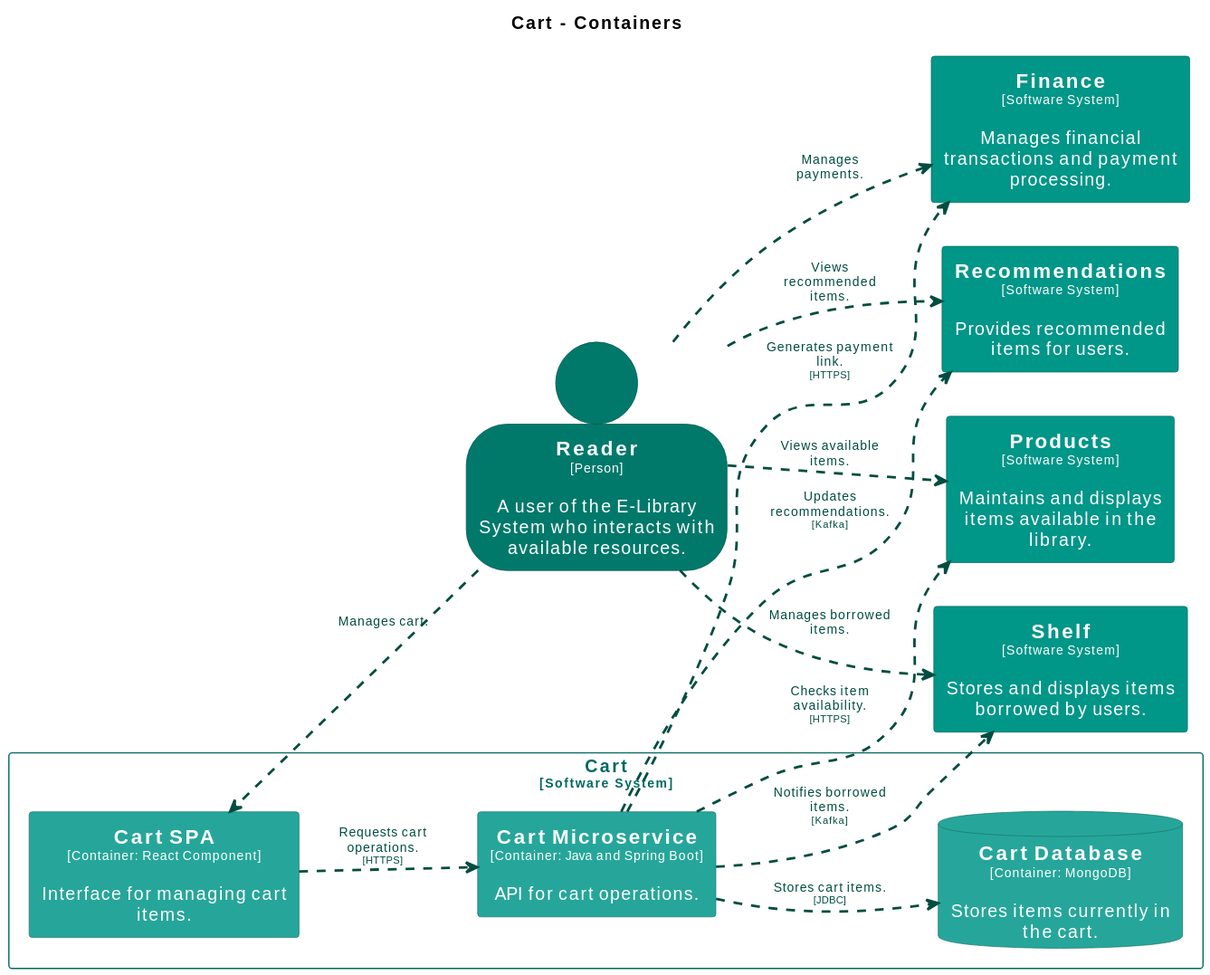
This is main/svg/Container-004.svg from Goodmorning918/E-Library-Architecture, a PlantUML export, as it was before one commit. Its source is kept beside it as main/puml/Container-004.puml.
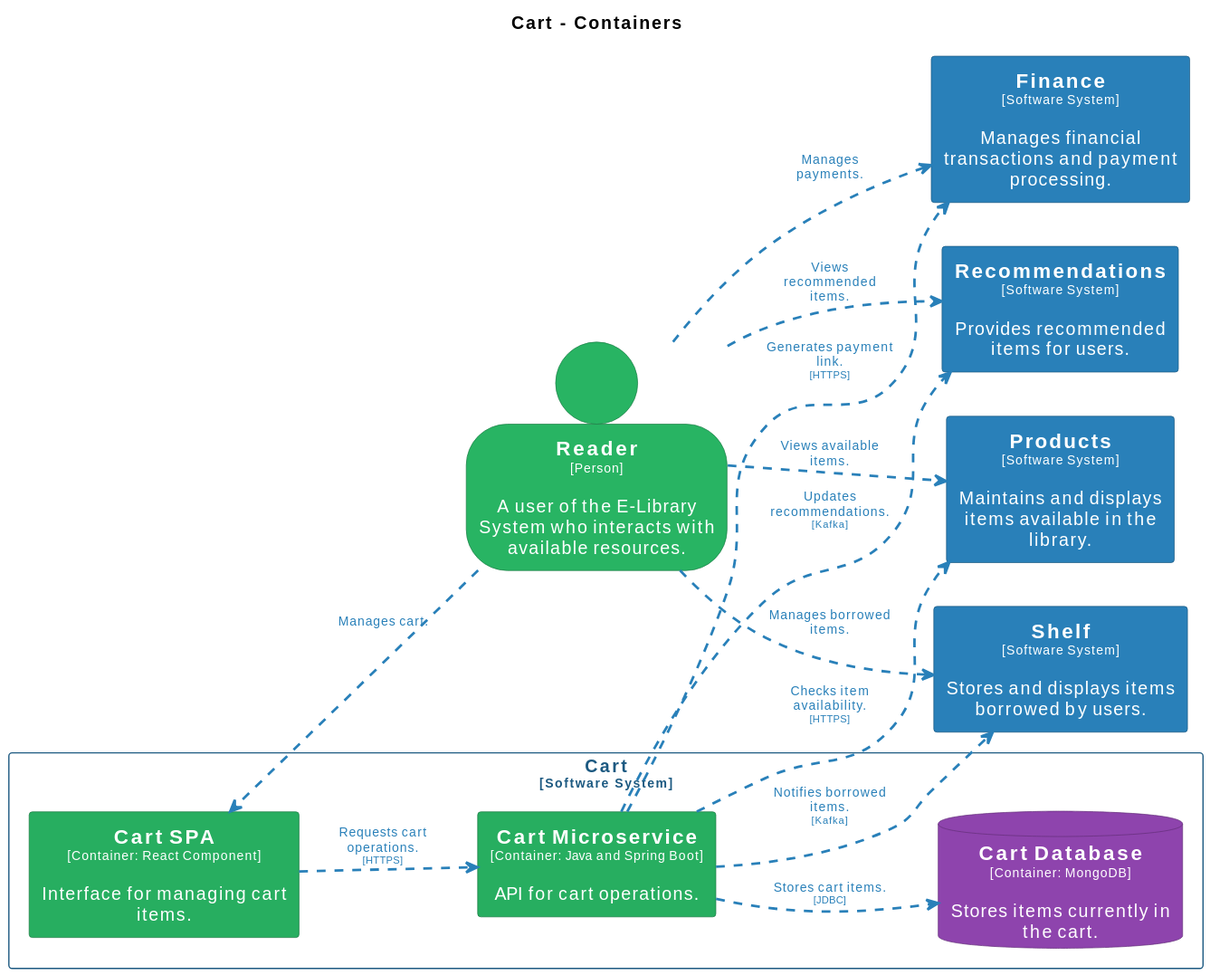
Above is the later version.

What changed in the source:
```diff
@@ -14,56 +14,56 @@
 hide stereotype
 
 skinparam database<<Cart.CartDatabase>> {
-  BackgroundColor #26a69a
+  BackgroundColor #8e44ad
   FontColor #ffffff
-  BorderColor #1a746b
+  BorderColor #632f79
   shadowing false
 }
 skinparam rectangle<<Cart.CartMicroservice>> {
-  BackgroundColor #26a69a
+  BackgroundColor #27ae60
   FontColor #ffffff
-  BorderColor #1a746b
+  BorderColor #1b7943
   shadowing false
 }
 skinparam rectangle<<Cart.CartSPA>> {
-  BackgroundColor #26a69a
+  BackgroundColor #27ae60
   FontColor #ffffff
-  BorderColor #1a746b
+  BorderColor #1b7943
   shadowing false
 }
 skinparam rectangle<<Finance>> {
-  BackgroundColor #009688
+  BackgroundColor #2980b9
   FontColor #ffffff
-  BorderColor #00695f
+  BorderColor #1c5981
   shadowing false
 }
 skinparam rectangle<<Products>> {
-  BackgroundColor #009688
+  BackgroundColor #2980b9
   FontColor #ffffff
-  BorderColor #00695f
+  BorderColor #1c5981
   shadowing false
 }
 skinparam person<<Reader>> {
-  BackgroundColor #00796b
+  BackgroundColor #28b463
   FontColor #ffffff
-  BorderColor #00544a
+  BorderColor #1c7d45
   shadowing false
 }
 skinparam rectangle<<Recommendations>> {
-  BackgroundColor #009688
+  BackgroundColor #2980b9
   FontColor #ffffff
-  BorderColor #00695f
+  BorderColor #1c5981
   shadowing false
 }
 skinparam rectangle<<Shelf>> {
-  BackgroundColor #009688
+  BackgroundColor #2980b9
   FontColor #ffffff
-  BorderColor #00695f
+  BorderColor #1c5981
   shadowing false
 }
 skinparam rectangle<<Cart>> {
-  BorderColor #00695f
-  FontColor #00695f
+  BorderColor #1c5981
+  FontColor #1c5981
   shadowing false
 }
 
@@ -79,15 +79,15 @@
   database "==Cart Database\n<size:10>[Container: MongoDB]</size>\n\nStores items currently in the cart." <<Cart.CartDatabase>> as Cart.CartDatabase
 }
 
-Reader .[#004d40,thickness=2].> Shelf : "<color:#004d40>Manages borrowed items."
-Reader .[#004d40,thickness=2].> Products : "<color:#004d40>Views available items."
-Reader .[#004d40,thickness=2].> Recommendations : "<color:#004d40>Views recommended items."
-Reader .[#004d40,thickness=2].> Finance : "<color:#004d40>Manages payments."
-Reader .[#004d40,thickness=2].> Cart.CartSPA : "<color:#004d40>Manages cart."
-Cart.CartSPA .[#004d40,thickness=2].> Cart.CartMicroservice : "<color:#004d40>Requests cart operations.\n<color:#004d40><size:8>[HTTPS]</size>"
-Cart.CartMicroservice .[#004d40,thickness=2].> Cart.CartDatabase : "<color:#004d40>Stores cart items.\n<color:#004d40><size:8>[JDBC]</size>"
-Cart.CartMicroservice .[#004d40,thickness=2].> Recommendations : "<color:#004d40>Updates recommendations.\n<color:#004d40><size:8>[Kafka]</size>"
-Cart.CartMicroservice .[#004d40,thickness=2].> Shelf : "<color:#004d40>Notifies borrowed items.\n<color:#004d40><size:8>[Kafka]</size>"
-Cart.CartMicroservice .[#004d40,thickness=2].> Products : "<color:#004d40>Checks item availability.\n<color:#004d40><size:8>[HTTPS]</size>"
-Cart.CartMicroservice .[#004d40,thickness=2].> Finance : "<color:#004d40>Generates payment link.\n<color:#004d40><size:8>[HTTPS]</size>"
+Reader .[#2980b9,thickness=2].> Shelf : "<color:#2980b9>Manages borrowed items."
+Reader .[#2980b9,thickness=2].> Products : "<color:#2980b9>Views available items."
+Reader .[#2980b9,thickness=2].> Recommendations : "<color:#2980b9>Views recommended items."
+Reader .[#2980b9,thickness=2].> Finance : "<color:#2980b9>Manages payments."
+Reader .[#2980b9,thickness=2].> Cart.CartSPA : "<color:#2980b9>Manages cart."
+Cart.CartSPA .[#2980b9,thickness=2].> Cart.CartMicroservice : "<color:#2980b9>Requests cart operations.\n<color:#2980b9><size:8>[HTTPS]</size>"
+Cart.CartMicroservice .[#2980b9,thickness=2].> Cart.CartDatabase : "<color:#2980b9>Stores cart items.\n<color:#2980b9><size:8>[JDBC]</size>"
+Cart.CartMicroservice .[#2980b9,thickness=2].> Recommendations : "<color:#2980b9>Updates recommendations.\n<color:#2980b9><size:8>[Kafka]</size>"
+Cart.CartMicroservice .[#2980b9,thickness=2].> Shelf : "<color:#2980b9>Notifies borrowed items.\n<color:#2980b9><size:8>[Kafka]</size>"
+Cart.CartMicroservice .[#2980b9,thickness=2].> Products : "<color:#2980b9>Checks item availability.\n<color:#2980b9><size:8>[HTTPS]</size>"
+Cart.CartMicroservice .[#2980b9,thickness=2].> Finance : "<color:#2980b9>Generates payment link.\n<color:#2980b9><size:8>[HTTPS]</size>"
 @enduml
```
